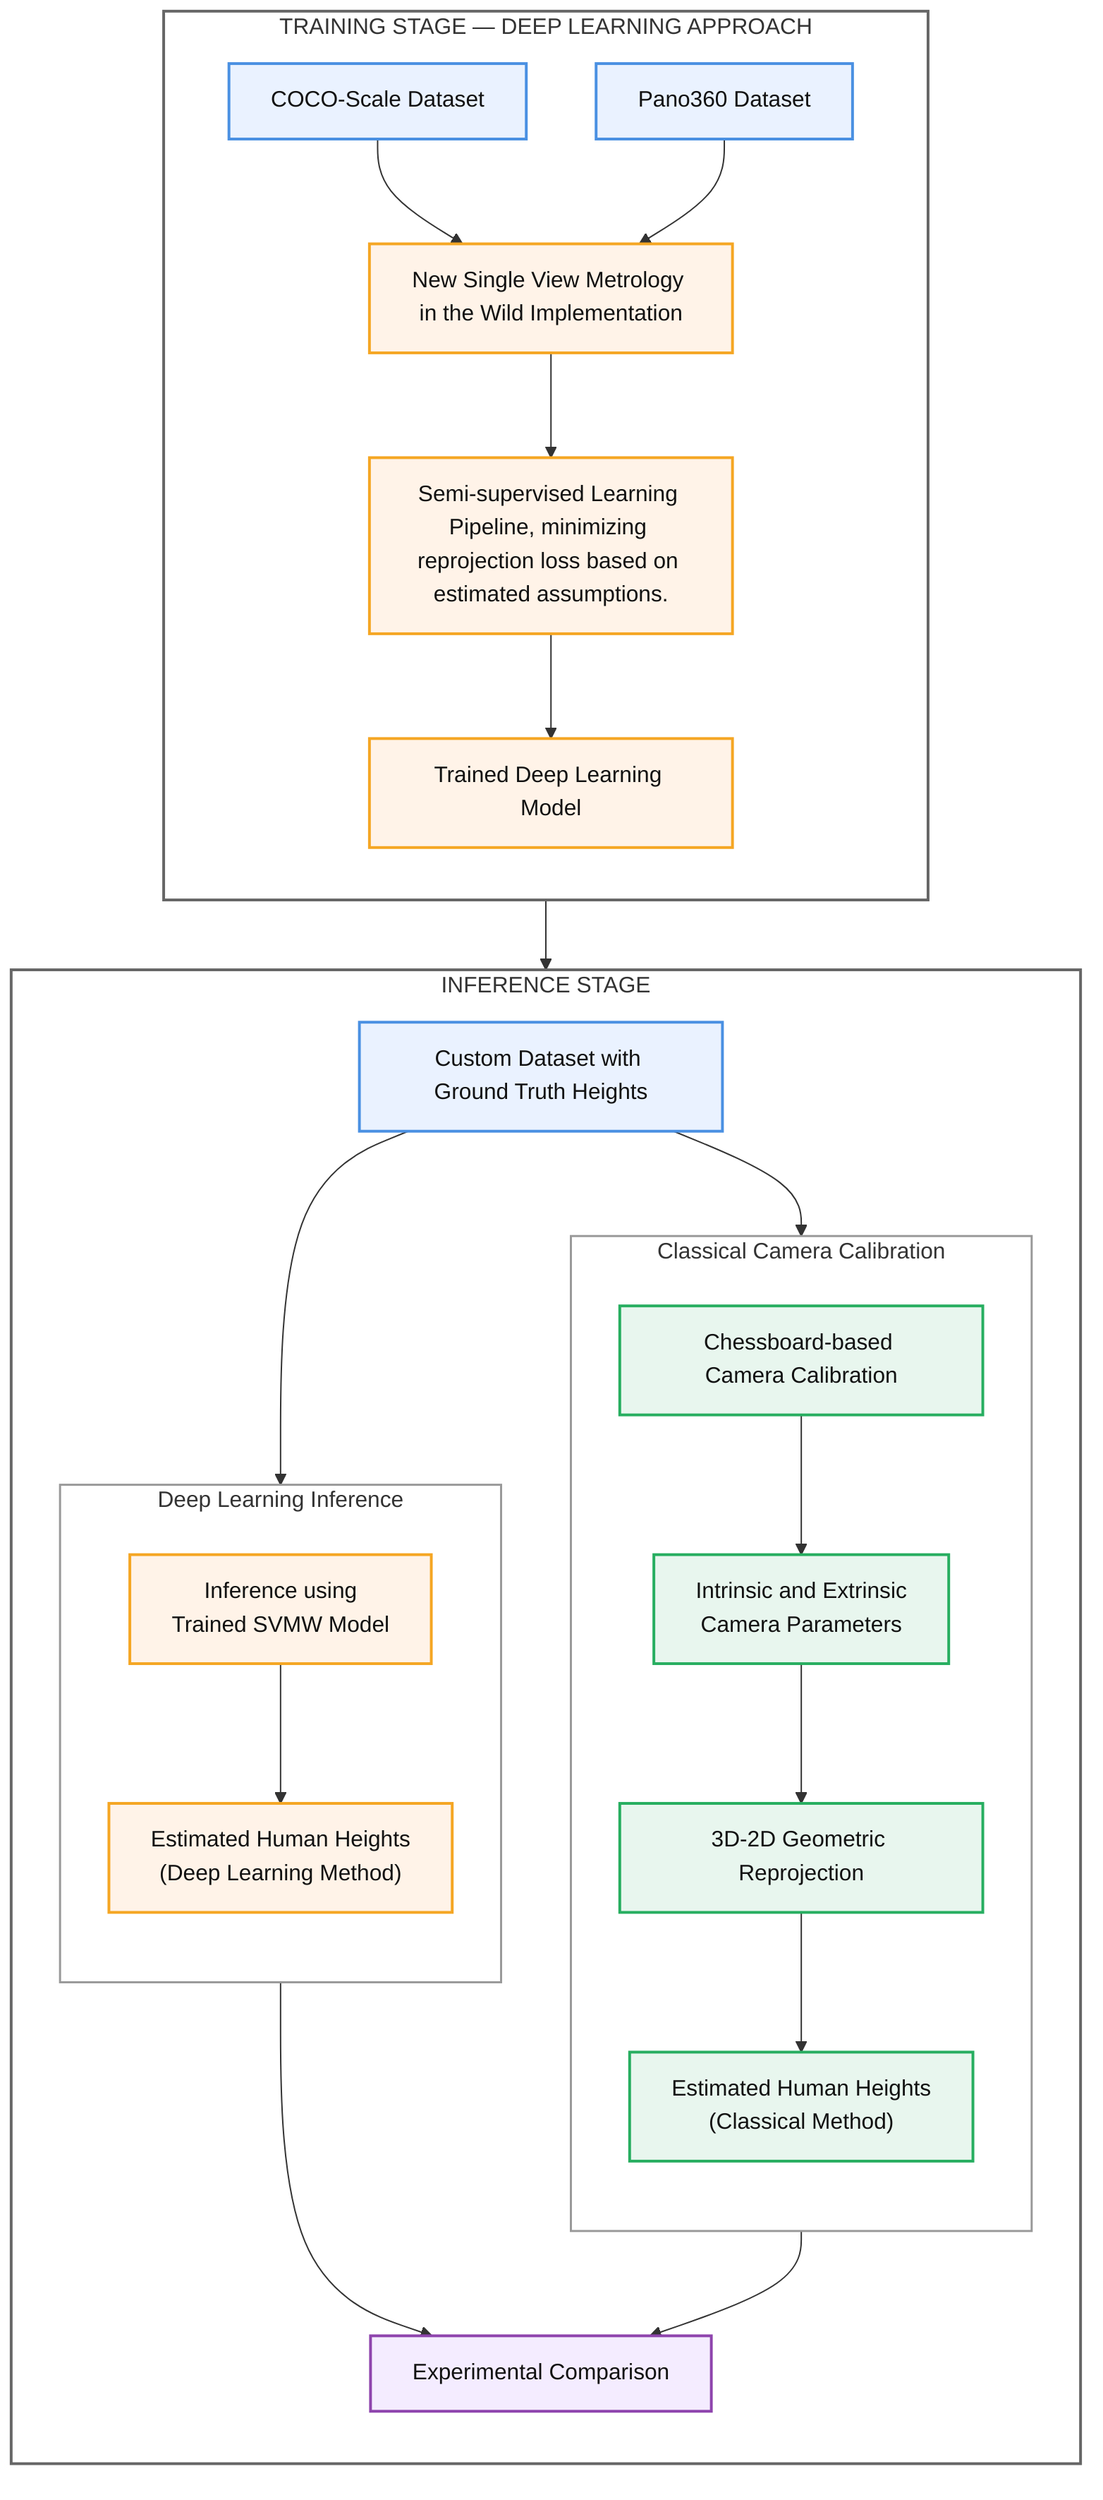
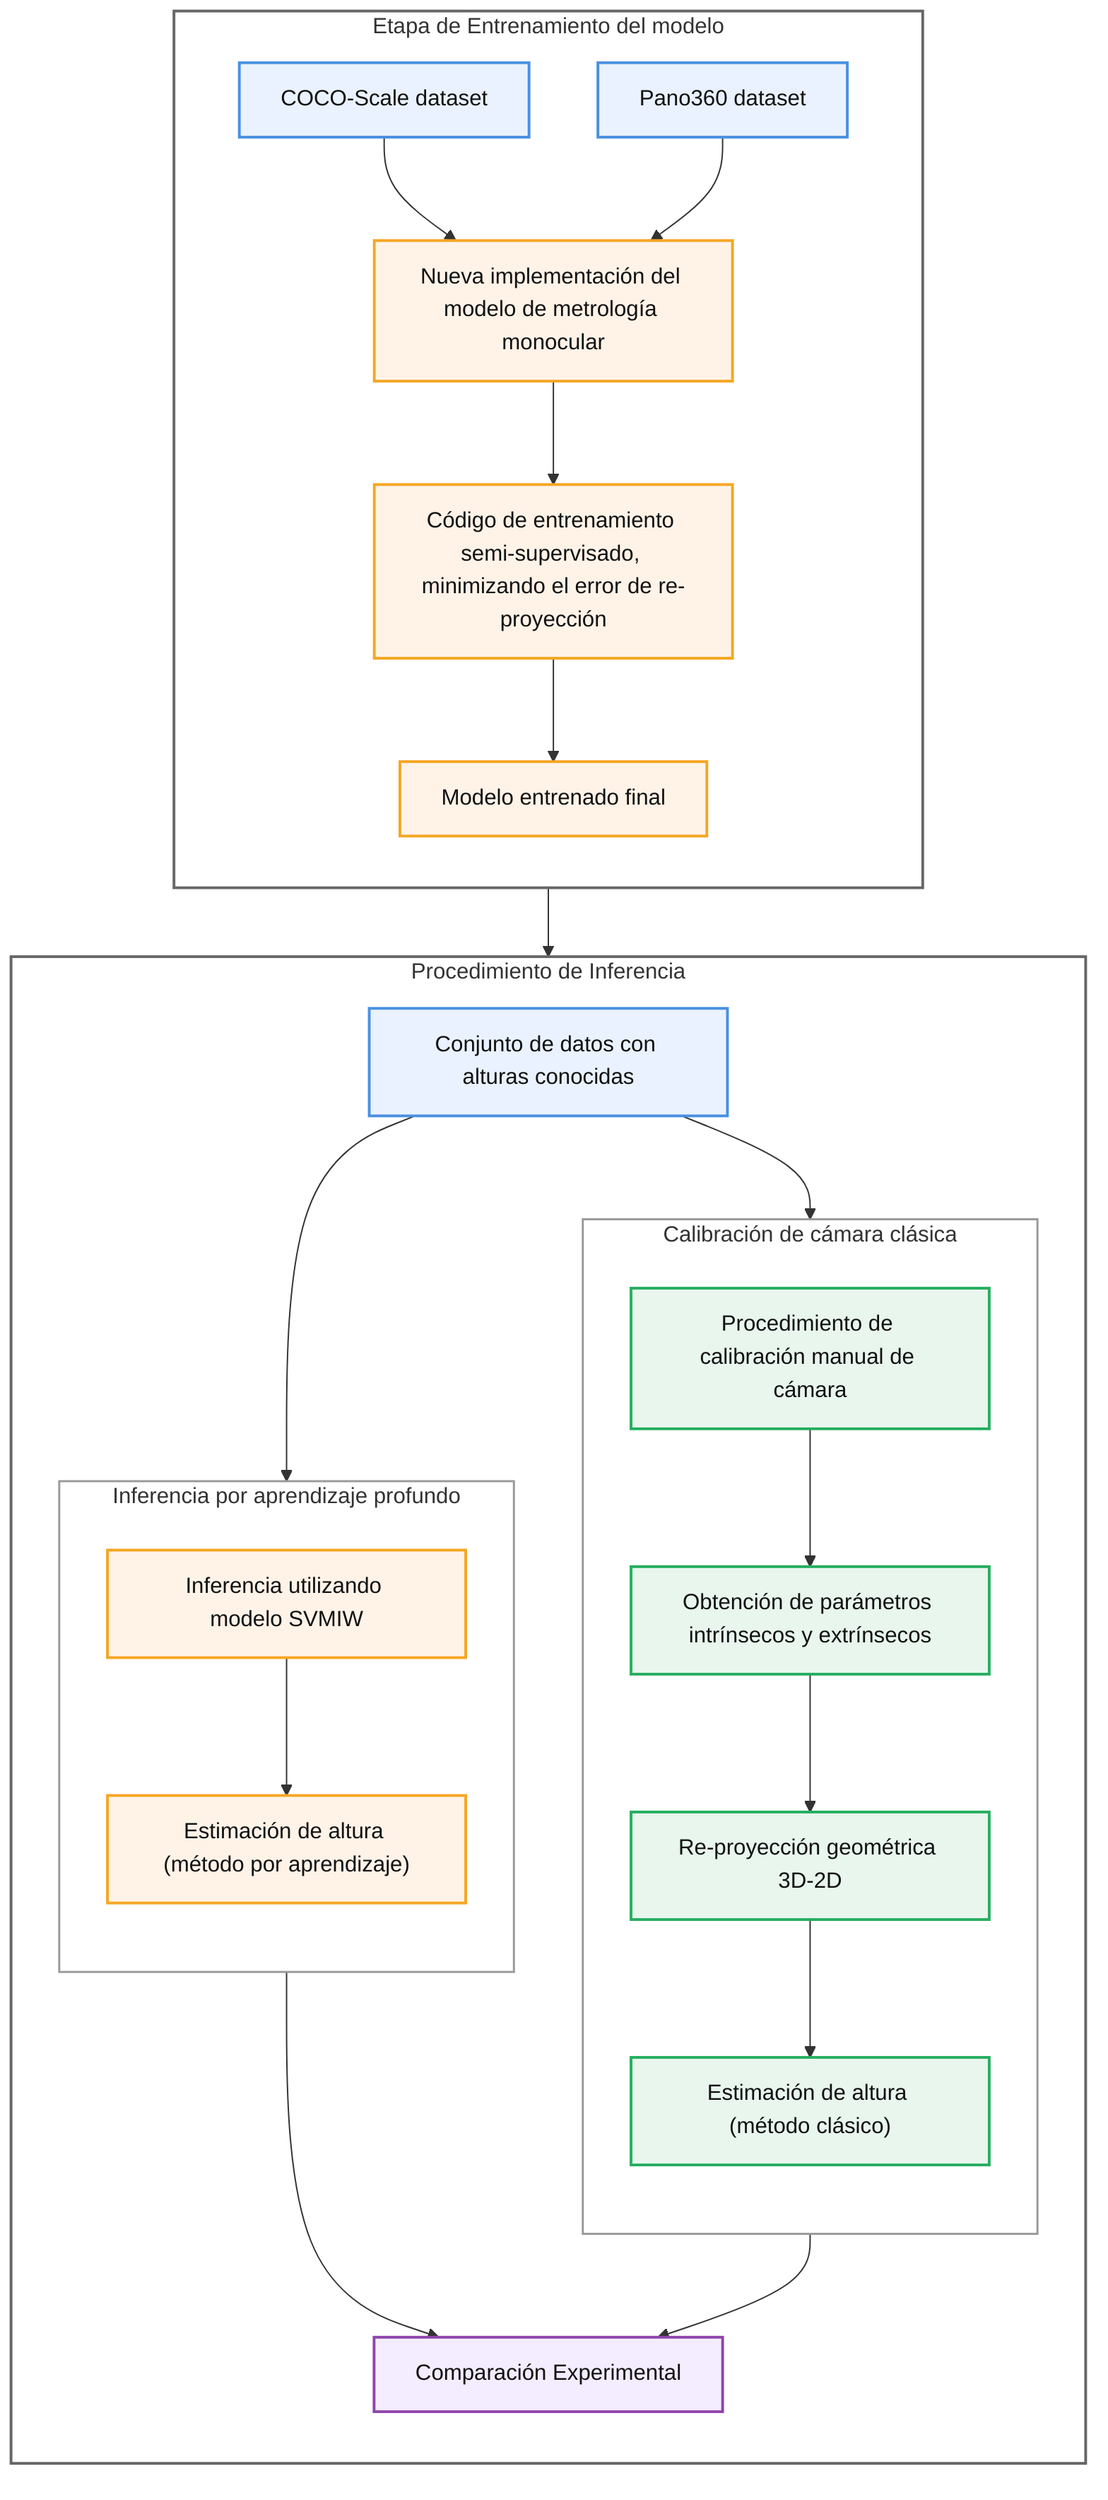
flowchart TB

%% =====================================================
%% STYLE DEFINITIONS
%% =====================================================
classDef dataset fill:#EAF2FF,stroke:#4A90E2,stroke-width:2,color:#111;
classDef dl fill:#FFF3E8,stroke:#F5A623,stroke-width:2,color:#111;
classDef classical fill:#E8F6EE,stroke:#27AE60,stroke-width:2,color:#111;
classDef eval fill:#F4ECFF,stroke:#8E44AD,stroke-width:2,color:#111;

%% =====================================================
%% TRAINING STAGE
%% =====================================================

- subgraph T["TRAINING STAGE — DEEP LEARNING APPROACH"]
+ subgraph T["Etapa de Entrenamiento del modelo"]

direction TB

- A1["COCO-Scale Dataset"]
- A2["Pano360 Dataset"]
+ A1["COCO-Scale dataset"]
+ A2["Pano360 dataset"]

A1 --> B
A2 --> B

- B["New Single View Metrology in the Wild Implementation"]
+ B["Nueva implementación del modelo de metrología monocular"]

- B --> C["Semi-supervised Learning Pipeline, minimizing reprojection loss based on estimated assumptions."]
+ B --> C["Código de entrenamiento semi-supervisado, minimizando el error de re-proyección"]

- C --> D["Trained Deep Learning Model"]
+ C --> D["Modelo entrenado final"]

end

D --> D1

%% =====================================================
%% INFERENCE STAGE
%% =====================================================

- subgraph I["INFERENCE STAGE"]
+ subgraph I["Procedimiento de Inferencia"]

direction TB

- E["Custom Dataset with Ground Truth Heights"]
+ E["Conjunto de datos con alturas conocidas "]

%% ---------- Classical branch ----------

- subgraph C1["Classical Camera Calibration"]
+ subgraph C1["Calibración de cámara clásica"]

direction TB

- F["Chessboard-based Camera Calibration"]
+ F["Procedimiento de calibración manual de cámara"]

- F --> G["Intrinsic and Extrinsic
- Camera Parameters"]
+ F --> G["Obtención de parámetros intrínsecos y extrínsecos"]

- G --> H["3D-2D Geometric Reprojection"]
+ G --> H["Re-proyección geométrica 3D-2D"]

- H --> I1["Estimated Human Heights
- (Classical Method)"]
+ H --> I1["Estimación de altura (método clásico)"]

end

%% ---------- DL branch ----------

- subgraph D1["Deep Learning Inference"]
+ subgraph D1["Inferencia por aprendizaje profundo"]

direction TB

- J["Inference using
- Trained SVMW Model"]
+ J["Inferencia utilizando modelo SVMIW"]

- J --> K["Estimated Human Heights
- (Deep Learning Method)"]
+ J --> K["Estimación de altura (método por aprendizaje)"]

end

E --> C1
E --> D1

- L["Experimental Comparison"]
+ L["Comparación Experimental"]
end

I1 --> L
K --> L




%% =====================================================
%% CLASSES
%% =====================================================

class A1,A2,E dataset;
class B,C,D,J,K dl;
class F,G,H,I1 classical;
class L,M eval;

style T fill:none,stroke:#666,stroke-width:2px
style I fill:none,stroke:#666,stroke-width:2px
style C1 fill:none,stroke:#999,stroke-width:1.5px
style D1 fill:none,stroke:#999,stroke-width:1.5px
